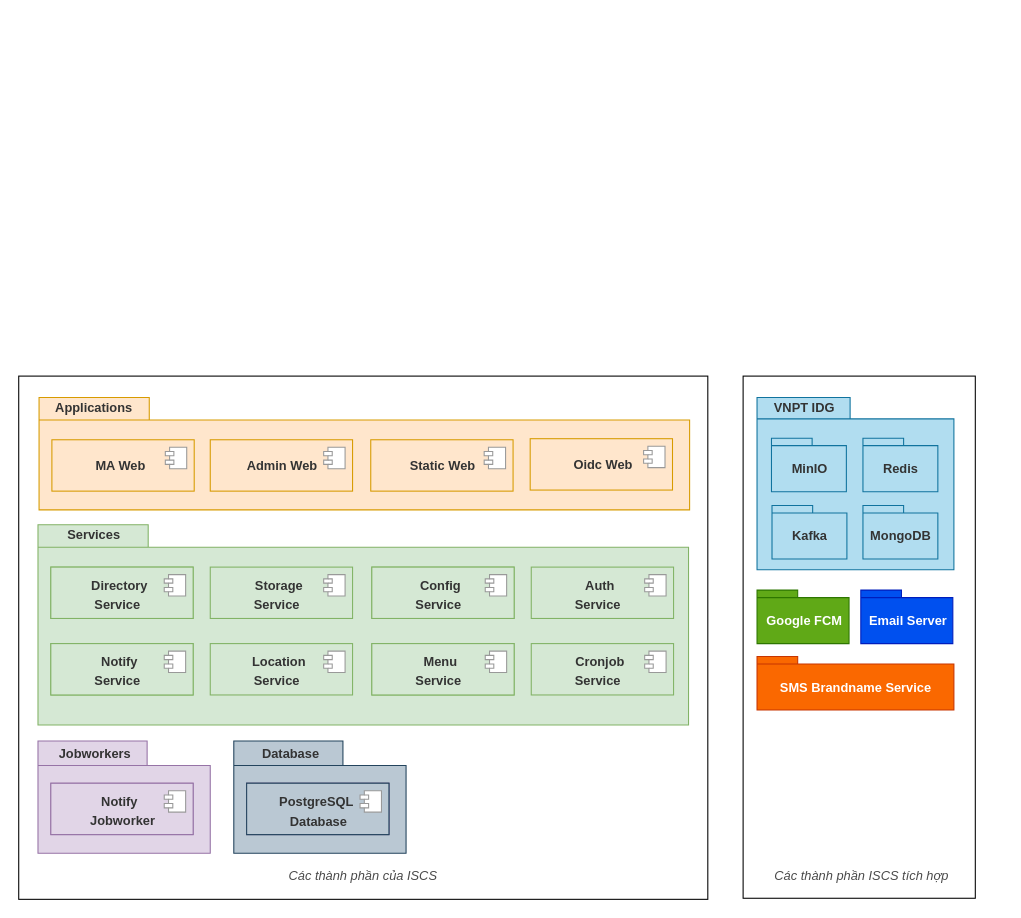
Before: iscs.drawio in mitgaming/drawio, a draw.io diagram. Source tidied: cells renumbered, new cells numbered last; positions are measured from the earlier drawing's top-left corner, leaving out a move shared by most shapes. Both pictures are drawn from the tidied source at 107%, with x=0, y=0 at pixel (18, 376).
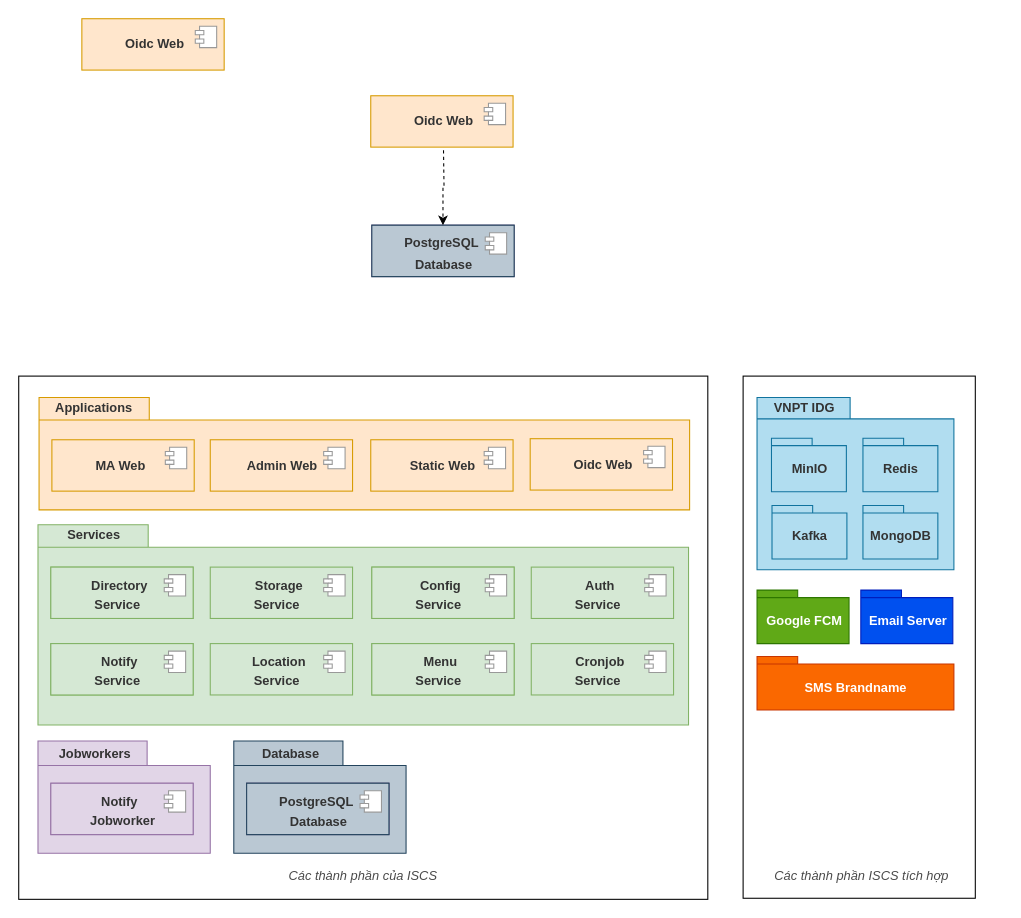
The same diagram, later.

Unchanged cells that the change refers to:
```xml
<mxCell id="106" style="group;" parent="1" vertex="1">
  <mxGeometry x="690" y="262" width="184" height="50" as="geometry" />
</mxCell>
```

The edit, as a diff of the source:
```diff
@@
-    <mxCell id="108" value="&lt;b&gt;&lt;font color=&quot;#ffffff&quot;&gt;SMS Brandname Service&lt;/font&gt;&lt;/b&gt;" style="text;html=1;align=center;verticalAlign=middle;strokeColor=none;fillColor=none;" parent="106" vertex="1">
-      <mxGeometry x="16.5" y="21" width="151" height="18" as="geometry" />
+    <mxCell id="108" value="&lt;b&gt;&lt;font color=&quot;#ffffff&quot;&gt;SMS Brandname&lt;/font&gt;&lt;/b&gt;" style="text;html=1;align=center;verticalAlign=middle;strokeColor=none;fillColor=none;" parent="106" vertex="1">
+      <mxGeometry x="39.5" y="21" width="105" height="18" as="geometry" />
     </mxCell>
@@
+    <mxCell id="112" style="group;" parent="1" vertex="1">
+      <mxGeometry x="329" y="-262" width="133" height="57" as="geometry" />
+    </mxCell>
+    <mxCell id="113" value="&lt;p style=&quot;line-height: 0.7&quot;&gt;&lt;/p&gt;&lt;h2 style=&quot;font-size: 13px&quot;&gt;&lt;br&gt;&lt;/h2&gt;&lt;p&gt;&lt;/p&gt;" style="html=1;strokeColor=#d79b00;fillColor=#ffe6cc;" parent="112" vertex="1">
+      <mxGeometry width="133" height="48" as="geometry" />
+    </mxCell>
+    <mxCell id="114" style="shape=module;jettyWidth=8;jettyHeight=4;strokeColor=#999999;" parent="113" vertex="1">
+      <mxGeometry x="1" width="20" height="20" relative="1" as="geometry">
+        <mxPoint x="-27" y="7" as="offset" />
+      </mxGeometry>
+    </mxCell>
+    <mxCell id="115" value="&lt;span style=&quot;color: rgb(51 , 51 , 51)&quot;&gt;&lt;b&gt;Oidc Web&lt;/b&gt;&lt;/span&gt;" style="text;html=1;align=center;verticalAlign=middle;strokeColor=none;fillColor=none;" parent="112" vertex="1">
+      <mxGeometry x="35" y="15" width="65" height="18" as="geometry" />
+    </mxCell>
+    <mxCell id="116" style="group;fillColor=#bac8d3;strokeColor=#23445d;" parent="1" vertex="1">
+      <mxGeometry x="330" y="-141" width="133" height="48" as="geometry" />
+    </mxCell>
+    <mxCell id="117" style="group;fillColor=#e1d5e7;strokeColor=#9673a6;" parent="116" vertex="1">
+      <mxGeometry width="133" height="48" as="geometry" />
+    </mxCell>
+    <mxCell id="118" value="&lt;p style=&quot;line-height: 0.7&quot;&gt;&lt;/p&gt;&lt;h2 style=&quot;font-size: 13px&quot;&gt;&lt;br&gt;&lt;/h2&gt;&lt;p&gt;&lt;/p&gt;" style="html=1;strokeColor=#23445d;fillColor=#bac8d3;" parent="117" vertex="1">
+      <mxGeometry width="133" height="48" as="geometry" />
+    </mxCell>
+    <mxCell id="119" style="shape=module;jettyWidth=8;jettyHeight=4;strokeColor=#999999;" parent="118" vertex="1">
+      <mxGeometry x="1" width="20" height="20" relative="1" as="geometry">
+        <mxPoint x="-27" y="7" as="offset" />
+      </mxGeometry>
+    </mxCell>
+    <mxCell id="120" value="&lt;font color=&quot;#333333&quot;&gt;&lt;b&gt;PostgreSQL&lt;/b&gt;&lt;/font&gt;" style="text;html=1;align=center;verticalAlign=middle;strokeColor=none;fillColor=none;" parent="117" vertex="1">
+      <mxGeometry x="25" y="8" width="79" height="18" as="geometry" />
+    </mxCell>
+    <mxCell id="121" value="&lt;b style=&quot;color: rgb(51 , 51 , 51)&quot;&gt;Database&lt;/b&gt;" style="text;html=1;align=center;verticalAlign=middle;strokeColor=none;fillColor=none;" parent="116" vertex="1">
+      <mxGeometry x="35" y="27.5" width="63" height="18" as="geometry" />
+    </mxCell>
+    <mxCell id="122" style="edgeStyle=orthogonalEdgeStyle;rounded=0;jettySize=auto;html=1;entryX=0.5;entryY=0;entryDx=0;entryDy=0;fontSize=13;fontColor=#FFFFFF;dashed=1;" parent="1" edge="1" target="118">
+      <mxGeometry relative="1" as="geometry">
+        <mxPoint x="397" y="-211" as="sourcePoint" />
+      </mxGeometry>
+    </mxCell>
+    <mxCell id="123" style="group;" parent="1" vertex="1">
+      <mxGeometry x="59" y="-334" width="133" height="57" as="geometry" />
+    </mxCell>
+    <mxCell id="124" value="&lt;p style=&quot;line-height: 0.7&quot;&gt;&lt;/p&gt;&lt;h2 style=&quot;font-size: 13px&quot;&gt;&lt;br&gt;&lt;/h2&gt;&lt;p&gt;&lt;/p&gt;" style="html=1;strokeColor=#d79b00;fillColor=#ffe6cc;" parent="123" vertex="1">
+      <mxGeometry width="133" height="48" as="geometry" />
+    </mxCell>
+    <mxCell id="125" style="shape=module;jettyWidth=8;jettyHeight=4;strokeColor=#999999;" parent="124" vertex="1">
+      <mxGeometry x="1" width="20" height="20" relative="1" as="geometry">
+        <mxPoint x="-27" y="7" as="offset" />
+      </mxGeometry>
+    </mxCell>
+    <mxCell id="126" value="&lt;span style=&quot;color: rgb(51 , 51 , 51)&quot;&gt;&lt;b&gt;Oidc Web&lt;/b&gt;&lt;/span&gt;" style="text;html=1;align=center;verticalAlign=middle;strokeColor=none;fillColor=none;" parent="123" vertex="1">
+      <mxGeometry x="35" y="15" width="65" height="18" as="geometry" />
+    </mxCell>
```
